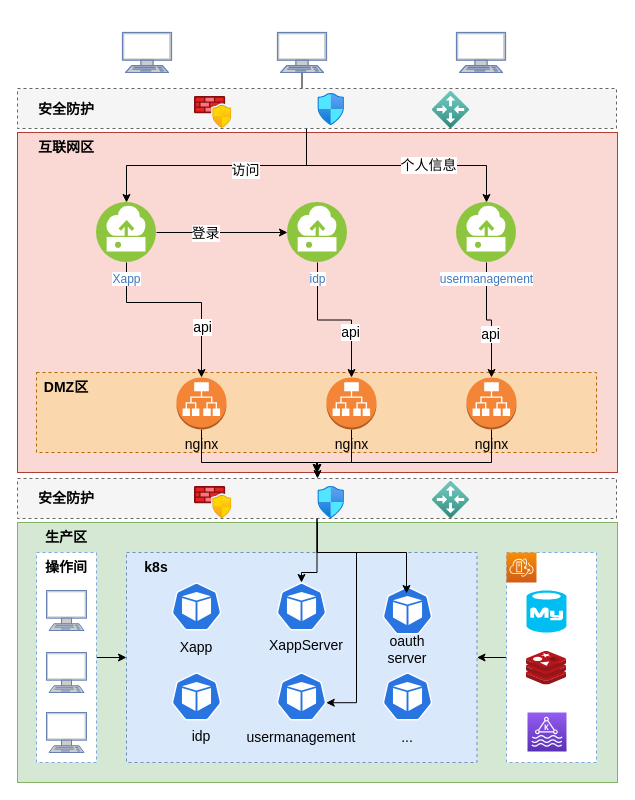
This is user/未命名绘图.drawio from liangxiansheng007/drawio, a draw.io file, before an edit. Source tidied: cells renumbered, new cells numbered last; positions are measured from the earlier drawing's top-left corner, leaving out a move shared by most shapes. Both pictures are drawn from the tidied source at 100%, with x=0, y=0 at pixel (17, 32).
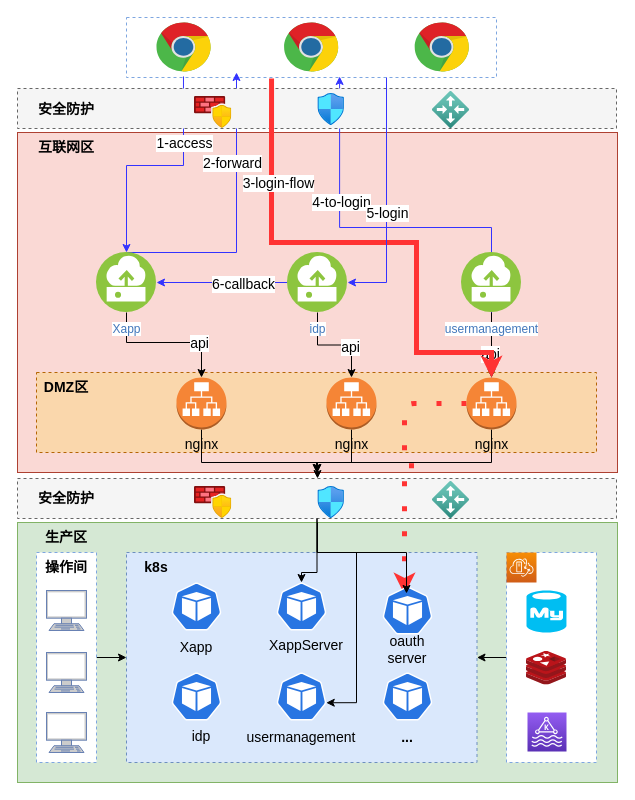
The same diagram, later.

Commit message:
更新未命名绘图.drawio

Unchanged cells that the change refers to:
```xml
<mxCell id="15" value="nginx" style="outlineConnect=0;dashed=0;verticalLabelPosition=bottom;verticalAlign=top;align=center;html=1;shape=mxgraph.aws3.application_load_balancer;fillColor=#F58536;gradientColor=none;fontSize=14;" parent="1" vertex="1">
  <mxGeometry x="159" y="345" width="50" height="52" as="geometry" />
</mxCell>
<mxCell id="20" value="nginx" style="outlineConnect=0;dashed=0;verticalLabelPosition=bottom;verticalAlign=top;align=center;html=1;shape=mxgraph.aws3.application_load_balancer;fillColor=#F58536;gradientColor=none;fontSize=14;" parent="1" vertex="1">
  <mxGeometry x="449" y="345" width="50" height="52" as="geometry" />
</mxCell>
<mxCell id="36" style="rounded=0;whiteSpace=wrap;html=1;dashed=1;fontSize=14;strokeColor=#666666;fillColor=#f5f5f5;fontColor=#333333;" parent="1" vertex="1">
  <mxGeometry y="56" width="599" height="40" as="geometry" />
</mxCell>
<mxCell id="37" style="html=1;points=[];align=center;image;fontSize=12;image=img/lib/azure2/networking/Network_Security_Groups.svg;fontFamily=Helvetica;fontColor=default;strokeColor=default;fillColor=default;" parent="1" vertex="1">
  <mxGeometry x="154" y="61" width="319.5" height="32" as="geometry" />
</mxCell>
<mxCell id="57" style="sketch=0;html=1;dashed=0;whitespace=wrap;fillColor=#2875E2;strokeColor=#ffffff;points=[[0.005,0.63,0],[0.1,0.2,0],[0.9,0.2,0],[0.5,0,0],[0.995,0.63,0],[0.72,0.99,0],[0.5,1,0],[0.28,0.99,0]];shape=mxgraph.kubernetes.icon;prIcon=pod;fontSize=14;" parent="1" vertex="1">
  <mxGeometry x="365" y="554" width="50" height="48" as="geometry" />
</mxCell>
```

Diff of the diagram source:
```diff
@@
+    <mxCell id="72" style="rounded=0;whiteSpace=wrap;html=1;dashed=1;strokeColor=#7EA6E0;fontSize=14;" parent="1" vertex="1">
+      <mxGeometry x="109" y="-15" width="370" height="60" as="geometry" />
+    </mxCell>
@@
-    <mxCell id="6" style="edgeStyle=orthogonalEdgeStyle;rounded=0;jettySize=auto;html=1;entryX=0.435;entryY=-0.094;entryDx=0;entryDy=0;entryPerimeter=0;fontSize=14;" parent="1" edge="1" source="7" target="37">
-      <mxGeometry relative="1" as="geometry" />
-    </mxCell>
-    <mxCell id="7" style="fontColor=#0066CC;verticalAlign=top;verticalLabelPosition=bottom;labelPosition=center;align=center;html=1;outlineConnect=0;fillColor=#CCCCCC;strokeColor=#6881B3;gradientColor=none;gradientDirection=north;strokeWidth=2;shape=mxgraph.networks.terminal;" parent="1" vertex="1">
-      <mxGeometry x="260" width="49" height="40" as="geometry" />
-    </mxCell>
@@
+    <mxCell id="73" style="edgeStyle=orthogonalEdgeStyle;rounded=0;jettySize=auto;html=1;entryX=0.576;entryY=0.983;entryDx=0;entryDy=0;entryPerimeter=0;fontSize=14;strokeColor=#3333FF;" parent="1" edge="1" source="20" target="72">
+      <mxGeometry relative="1" as="geometry" />
+    </mxCell>
+    <mxCell id="74" value="4-to-login" style="edgeLabel;html=1;align=center;verticalAlign=middle;fontSize=14;" parent="73" vertex="1">
+      <mxGeometry x="0.57" y="-1" relative="1" as="geometry">
+        <mxPoint y="29" as="offset" />
+      </mxGeometry>
+    </mxCell>
+    <mxCell id="75" style="edgeStyle=orthogonalEdgeStyle;rounded=1;jumpStyle=sharp;jettySize=auto;html=1;entryX=0.44;entryY=0.167;entryDx=0;entryDy=0;entryPerimeter=0;dashed=1;dashPattern=1 4;strokeColor=#FF3333;strokeWidth=5;fontSize=14;" parent="1" edge="1" source="20" target="57">
+      <mxGeometry relative="1" as="geometry" />
+    </mxCell>
@@
-    <mxCell id="21" style="edgeStyle=orthogonalEdgeStyle;rounded=0;jettySize=auto;html=1;entryX=0;entryY=0.5;entryDx=0;entryDy=0;fontSize=14;" parent="1" edge="1" source="25" target="30">
-      <mxGeometry relative="1" as="geometry" />
-    </mxCell>
-    <mxCell id="22" value="登录" style="edgeLabel;html=1;align=center;verticalAlign=middle;fontSize=14;" parent="21" vertex="1">
-      <mxGeometry x="-0.27" relative="1" as="geometry" />
-    </mxCell>
-    <mxCell id="23" style="edgeStyle=orthogonalEdgeStyle;rounded=0;jettySize=auto;html=1;entryX=0.5;entryY=0;entryDx=0;entryDy=0;entryPerimeter=0;fontSize=14;" parent="1" edge="1" source="25" target="15">
+    <mxCell id="23" style="edgeStyle=orthogonalEdgeStyle;rounded=0;jettySize=auto;html=1;entryX=0.5;entryY=0;entryDx=0;entryDy=0;entryPerimeter=0;fontSize=14;exitX=0.5;exitY=1;exitDx=0;exitDy=0;" parent="1" edge="1" source="25" target="15">
       <mxGeometry relative="1" as="geometry">
         <Array as="points">
-          <mxPoint x="109" y="270" />
-          <mxPoint x="184" y="270" />
+          <mxPoint x="109" y="310" />
+          <mxPoint x="184" y="310" />
         </Array>
       </mxGeometry>
     </mxCell>
@@
+    <mxCell id="76" style="edgeStyle=orthogonalEdgeStyle;rounded=0;jettySize=auto;html=1;fontSize=14;strokeColor=#3333FF;" parent="1" edge="1" source="25">
+      <mxGeometry relative="1" as="geometry">
+        <mxPoint x="219" y="40" as="targetPoint" />
+        <Array as="points">
+          <mxPoint x="219" y="220" />
+        </Array>
+      </mxGeometry>
+    </mxCell>
+    <mxCell id="77" value="2-forward" style="edgeLabel;html=1;align=center;verticalAlign=middle;fontSize=14;" parent="76" vertex="1">
+      <mxGeometry x="-0.01" y="-1" relative="1" as="geometry">
+        <mxPoint x="-6" y="-56" as="offset" />
+      </mxGeometry>
+    </mxCell>
     <mxCell id="25" value="Xapp" style="perimeter=ellipsePerimeter;html=1;align=center;shadow=0;dashed=0;fontColor=#4277BB;labelBackgroundColor=#ffffff;fontSize=12;spacingTop=3;image;image=img/lib/ibm/vpc/Instance.svg;" parent="1" vertex="1">
-      <mxGeometry x="79" y="170" width="60" height="60" as="geometry" />
+      <mxGeometry x="79" y="220" width="60" height="60" as="geometry" />
     </mxCell>
@@
+    <mxCell id="78" style="edgeStyle=orthogonalEdgeStyle;rounded=0;jettySize=auto;html=1;entryX=1;entryY=0.5;entryDx=0;entryDy=0;fontSize=14;strokeColor=#3333FF;" parent="1" edge="1" source="30" target="25">
+      <mxGeometry relative="1" as="geometry" />
+    </mxCell>
+    <mxCell id="79" value="6-callback" style="edgeLabel;html=1;align=center;verticalAlign=middle;fontSize=14;" parent="78" vertex="1">
+      <mxGeometry x="-0.31" y="1" relative="1" as="geometry" />
+    </mxCell>
     <mxCell id="30" value="idp" style="perimeter=ellipsePerimeter;html=1;align=center;shadow=0;dashed=0;fontColor=#4277BB;labelBackgroundColor=#ffffff;fontSize=12;spacingTop=3;image;image=img/lib/ibm/vpc/Instance.svg;" parent="1" vertex="1">
-      <mxGeometry x="270" y="170" width="60" height="60" as="geometry" />
+      <mxGeometry x="270" y="220" width="60" height="60" as="geometry" />
     </mxCell>
@@
-    <mxCell id="32" style="edgeStyle=orthogonalEdgeStyle;rounded=0;jettySize=auto;html=1;fontSize=14;" parent="1" edge="1" source="36" target="25">
+    <mxCell id="32" style="edgeStyle=orthogonalEdgeStyle;rounded=0;jettySize=auto;html=1;fontSize=14;exitX=0.154;exitY=0.983;exitDx=0;exitDy=0;exitPerimeter=0;strokeColor=#3333FF;" parent="1" edge="1" source="72" target="25">
       <mxGeometry relative="1" as="geometry">
         <Array as="points">
-          <mxPoint x="289" y="133" />
+          <mxPoint x="166" y="133" />
           <mxPoint x="109" y="133" />
         </Array>
       </mxGeometry>
     </mxCell>
-    <mxCell id="33" value="访问" style="edgeLabel;html=1;align=center;verticalAlign=middle;fontSize=14;" parent="32" vertex="1">
-      <mxGeometry x="-0.22" y="4" relative="1" as="geometry" />
+    <mxCell id="33" value="1-access" style="edgeLabel;html=1;align=center;verticalAlign=middle;fontSize=14;" parent="32" vertex="1">
+      <mxGeometry x="-0.22" y="4" relative="1" as="geometry">
+        <mxPoint x="2" y="-27" as="offset" />
+      </mxGeometry>
     </mxCell>
-    <mxCell id="34" style="edgeStyle=orthogonalEdgeStyle;rounded=0;jettySize=auto;html=1;fontSize=14;" parent="1" edge="1" source="36" target="69">
-      <mxGeometry relative="1" as="geometry">
-        <Array as="points">
-          <mxPoint x="289" y="133" />
-          <mxPoint x="469" y="133" />
-        </Array>
-      </mxGeometry>
-    </mxCell>
-    <mxCell id="35" value="个人信息" style="edgeLabel;html=1;align=center;verticalAlign=middle;fontSize=14;" parent="34" vertex="1">
-      <mxGeometry x="0.24" y="1" relative="1" as="geometry">
-        <mxPoint x="1" as="offset" />
-      </mxGeometry>
-    </mxCell>
@@
-    <mxCell id="62" value="..." style="text;html=1;strokeColor=none;fillColor=none;align=center;verticalAlign=middle;whiteSpace=wrap;rounded=0;dashed=1;fontSize=14;" parent="1" vertex="1">
+    <mxCell id="62" value="&lt;b&gt;...&lt;/b&gt;" style="text;html=1;strokeColor=none;fillColor=none;align=center;verticalAlign=middle;whiteSpace=wrap;rounded=0;dashed=1;fontSize=14;" parent="1" vertex="1">
       <mxGeometry x="360" y="690" width="60" height="30" as="geometry" />
     </mxCell>
@@
     <mxCell id="69" value="usermanagement" style="perimeter=ellipsePerimeter;html=1;align=center;shadow=0;dashed=0;fontColor=#4277BB;labelBackgroundColor=#ffffff;fontSize=12;spacingTop=3;image;image=img/lib/ibm/vpc/Instance.svg;" parent="1" vertex="1">
-      <mxGeometry x="439" y="170" width="60" height="60" as="geometry" />
+      <mxGeometry x="444" y="220" width="60" height="60" as="geometry" />
     </mxCell>
-    <mxCell id="70" style="fontColor=#0066CC;verticalAlign=top;verticalLabelPosition=bottom;labelPosition=center;align=center;html=1;fillColor=#CCCCCC;strokeColor=#6881B3;gradientColor=none;gradientDirection=north;strokeWidth=2;shape=mxgraph.networks.terminal;" parent="1" vertex="1">
-      <mxGeometry x="105" width="49" height="40" as="geometry" />
-    </mxCell>
-    <mxCell id="71" style="fontColor=#0066CC;verticalAlign=top;verticalLabelPosition=bottom;labelPosition=center;align=center;html=1;fillColor=#CCCCCC;strokeColor=#6881B3;gradientColor=none;gradientDirection=north;strokeWidth=2;shape=mxgraph.networks.terminal;" parent="1" vertex="1">
-      <mxGeometry x="439" width="49" height="40" as="geometry" />
-    </mxCell>
+    <mxCell id="80" style="edgeStyle=orthogonalEdgeStyle;rounded=0;jettySize=auto;html=1;entryX=0.5;entryY=0;entryDx=0;entryDy=0;entryPerimeter=0;fontSize=14;exitX=0.392;exitY=1.017;exitDx=0;exitDy=0;exitPerimeter=0;strokeColor=#FF3333;strokeWidth=5;" parent="1" edge="1" source="72" target="20">
+      <mxGeometry relative="1" as="geometry">
+        <Array as="points">
+          <mxPoint x="254" y="210" />
+          <mxPoint x="399" y="210" />
+          <mxPoint x="399" y="320" />
+          <mxPoint x="474" y="320" />
+        </Array>
+      </mxGeometry>
+    </mxCell>
+    <mxCell id="81" value="3-login-flow" style="edgeLabel;html=1;align=center;verticalAlign=middle;fontSize=14;" parent="80" vertex="1">
+      <mxGeometry x="-0.03" y="2" relative="1" as="geometry">
+        <mxPoint x="-82" y="-58" as="offset" />
+      </mxGeometry>
+    </mxCell>
+    <mxCell id="82" style="dashed=0;html=1;align=center;labelPosition=center;verticalLabelPosition=bottom;verticalAlign=top;shape=mxgraph.weblogos.chrome;strokeColor=#7EA6E0;fontSize=14;" parent="1" vertex="1">
+      <mxGeometry x="266.6" y="-10" width="54.8" height="50" as="geometry" />
+    </mxCell>
+    <mxCell id="83" style="dashed=0;html=1;align=center;labelPosition=center;verticalLabelPosition=bottom;verticalAlign=top;shape=mxgraph.weblogos.chrome;strokeColor=#7EA6E0;fontSize=14;" parent="1" vertex="1">
+      <mxGeometry x="139" y="-10" width="54.8" height="50" as="geometry" />
+    </mxCell>
+    <mxCell id="84" style="dashed=0;html=1;align=center;labelPosition=center;verticalLabelPosition=bottom;verticalAlign=top;shape=mxgraph.weblogos.chrome;strokeColor=#7EA6E0;fontSize=14;" parent="1" vertex="1">
+      <mxGeometry x="397.2" y="-10" width="54.8" height="50" as="geometry" />
+    </mxCell>
+    <mxCell id="85" style="edgeStyle=orthogonalEdgeStyle;rounded=0;jettySize=auto;html=1;entryX=1;entryY=0.5;entryDx=0;entryDy=0;fontSize=14;strokeColor=#3333FF;" parent="1" edge="1" source="72" target="30">
+      <mxGeometry relative="1" as="geometry">
+        <Array as="points">
+          <mxPoint x="369" y="250" />
+        </Array>
+      </mxGeometry>
+    </mxCell>
+    <mxCell id="86" value="5-login" style="edgeLabel;html=1;align=center;verticalAlign=middle;fontSize=14;" parent="85" vertex="1">
+      <mxGeometry x="0.09" relative="1" as="geometry">
+        <mxPoint y="2" as="offset" />
+      </mxGeometry>
+    </mxCell>
```
